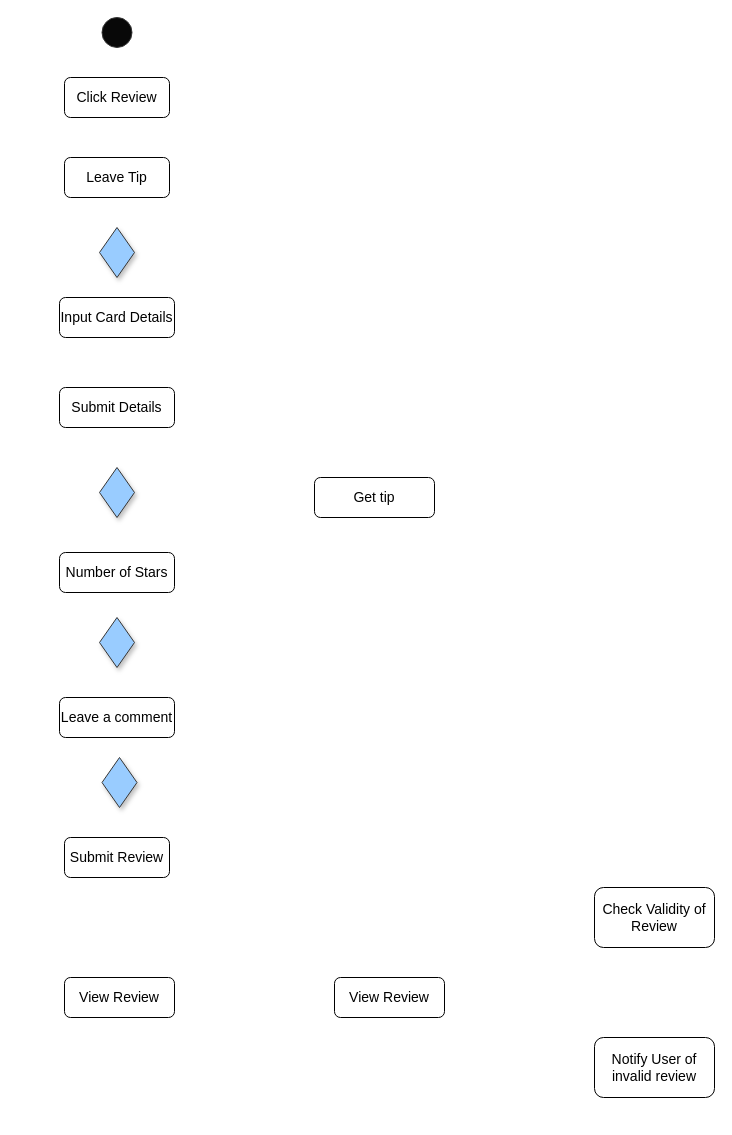
Above: NewSwimLane.drawio in willdonlan8/hello-world (draw.io), before the change. Source tidied: cells renumbered, new cells numbered last; positions are measured from the earlier drawing's top-left corner, leaving out a move shared by most shapes. Both pictures are drawn from the tidied source at 100%, with x=0, y=0 at pixel (59, 17).
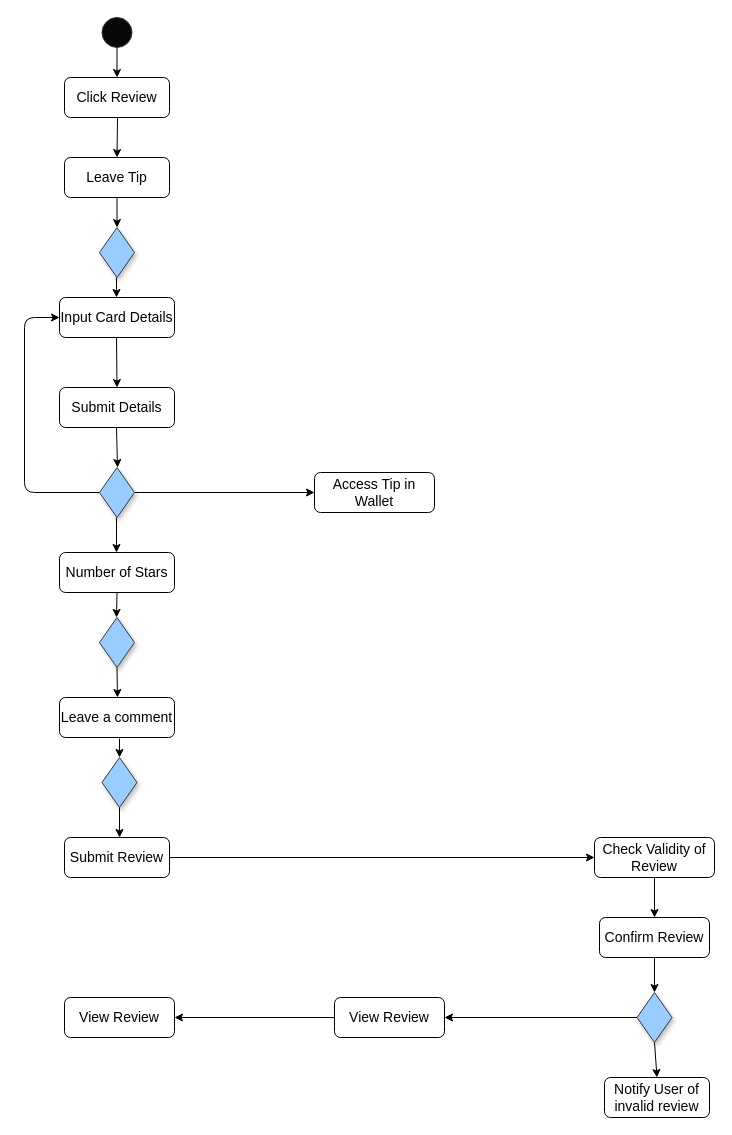
Above is the later version.

Unchanged cells that the change refers to:
```xml
<mxCell id="2" style="ellipse;whiteSpace=wrap;html=1;strokeColor=#363636;shadow=0;fillColor=#080808;" parent="1" vertex="1">
  <mxGeometry x="42.5" width="30" height="30" as="geometry" />
</mxCell>
<mxCell id="4" style="rhombus;whiteSpace=wrap;html=1;shadow=1;strokeColor=#363636;fillColor=#99CCFF;" parent="1" vertex="1">
  <mxGeometry x="40" y="210" width="35" height="50" as="geometry" />
</mxCell>
<mxCell id="5" value="&lt;font style=&quot;font-size: 14px&quot;&gt;Number of Stars&lt;/font&gt;" style="rounded=1;whiteSpace=wrap;html=1;" parent="1" vertex="1">
  <mxGeometry y="535" width="115" height="40" as="geometry" />
</mxCell>
<mxCell id="6" value="&lt;font style=&quot;font-size: 14px&quot;&gt;Leave Tip&lt;/font&gt;" style="rounded=1;whiteSpace=wrap;html=1;" parent="1" vertex="1">
  <mxGeometry x="5" y="140" width="105" height="40" as="geometry" />
</mxCell>
<mxCell id="10" value="&lt;font style=&quot;font-size: 14px&quot;&gt;Click Review&lt;/font&gt;" style="rounded=1;whiteSpace=wrap;html=1;" parent="1" vertex="1">
  <mxGeometry x="5" y="60" width="105" height="40" as="geometry" />
</mxCell>
<mxCell id="11" value="&lt;font style=&quot;font-size: 14px&quot;&gt;Input Card Details&lt;/font&gt;" style="rounded=1;whiteSpace=wrap;html=1;" parent="1" vertex="1">
  <mxGeometry y="280" width="115" height="40" as="geometry" />
</mxCell>
<mxCell id="13" value="&lt;font style=&quot;font-size: 14px&quot;&gt;Submit Details&lt;/font&gt;" style="rounded=1;whiteSpace=wrap;html=1;" parent="1" vertex="1">
  <mxGeometry y="370" width="115" height="40" as="geometry" />
</mxCell>
<mxCell id="14" value="&lt;font style=&quot;font-size: 14px&quot;&gt;Submit Review&lt;/font&gt;" style="rounded=1;whiteSpace=wrap;html=1;" parent="1" vertex="1">
  <mxGeometry x="5" y="820" width="105" height="40" as="geometry" />
</mxCell>
<mxCell id="16" style="rhombus;whiteSpace=wrap;html=1;shadow=1;strokeColor=#363636;fillColor=#99CCFF;" parent="1" vertex="1">
  <mxGeometry x="42.5" y="740" width="35" height="50" as="geometry" />
</mxCell>
<mxCell id="17" style="rhombus;whiteSpace=wrap;html=1;shadow=1;strokeColor=#363636;fillColor=#99CCFF;" parent="1" vertex="1">
  <mxGeometry x="40" y="600" width="35" height="50" as="geometry" />
</mxCell>
<mxCell id="18" style="rhombus;whiteSpace=wrap;html=1;shadow=1;strokeColor=#363636;fillColor=#99CCFF;" parent="1" vertex="1">
  <mxGeometry x="40" y="450" width="35" height="50" as="geometry" />
</mxCell>
```

The edit, as a diff of the source:
```diff
@@
     <mxCell id="3" value="&lt;font style=&quot;font-size: 14px&quot;&gt;Check Validity of Review&lt;/font&gt;" style="rounded=1;whiteSpace=wrap;html=1;" parent="1" vertex="1">
-      <mxGeometry x="535" y="870" width="120" height="60" as="geometry" />
+      <mxGeometry x="535" y="820" width="120" height="40" as="geometry" />
     </mxCell>
@@
     <mxCell id="7" value="&lt;font style=&quot;font-size: 14px&quot;&gt;View Review&lt;/font&gt;" style="rounded=1;whiteSpace=wrap;html=1;" parent="1" vertex="1">
-      <mxGeometry x="275" y="960" width="110" height="40" as="geometry" />
+      <mxGeometry x="275" y="980" width="110" height="40" as="geometry" />
     </mxCell>
     <mxCell id="8" value="&lt;font style=&quot;font-size: 14px&quot;&gt;View Review&lt;/font&gt;" style="rounded=1;whiteSpace=wrap;html=1;" parent="1" vertex="1">
-      <mxGeometry x="5" y="960" width="110" height="40" as="geometry" />
+      <mxGeometry x="5" y="980" width="110" height="40" as="geometry" />
     </mxCell>
-    <mxCell id="9" value="&lt;font style=&quot;font-size: 14px&quot;&gt;Get tip&lt;/font&gt;" style="rounded=1;whiteSpace=wrap;html=1;" parent="1" vertex="1">
-      <mxGeometry x="255" y="460" width="120" height="40" as="geometry" />
+    <mxCell id="9" value="&lt;font style=&quot;font-size: 14px&quot;&gt;Access Tip in Wallet&lt;/font&gt;" style="rounded=1;whiteSpace=wrap;html=1;" parent="1" vertex="1">
+      <mxGeometry x="255" y="455" width="120" height="40" as="geometry" />
     </mxCell>
@@
     <mxCell id="15" value="&lt;font style=&quot;font-size: 14px&quot;&gt;Notify User of invalid review&lt;/font&gt;" style="rounded=1;whiteSpace=wrap;html=1;" parent="1" vertex="1">
-      <mxGeometry x="535" y="1020" width="120" height="60" as="geometry" />
+      <mxGeometry x="545" y="1060" width="105" height="40" as="geometry" />
     </mxCell>
@@
+    <mxCell id="19" style="endArrow=classic;html=1;exitX=0.5;exitY=1;exitDx=0;exitDy=0;entryX=0.5;entryY=0;entryDx=0;entryDy=0;" parent="1" edge="1" source="2" target="10">
+      <mxGeometry relative="1" as="geometry" />
+    </mxCell>
+    <mxCell id="20" style="endArrow=classic;html=1;entryX=0.5;entryY=0;entryDx=0;entryDy=0;" parent="1" edge="1" target="6">
+      <mxGeometry relative="1" as="geometry">
+        <mxPoint x="58" y="100" as="sourcePoint" />
+      </mxGeometry>
+    </mxCell>
+    <mxCell id="21" style="endArrow=classic;html=1;exitX=0.5;exitY=1;exitDx=0;exitDy=0;" parent="1" edge="1" source="6" target="4">
+      <mxGeometry relative="1" as="geometry" />
+    </mxCell>
+    <mxCell id="22" style="endArrow=classic;html=1;entryX=0.5;entryY=0;entryDx=0;entryDy=0;" parent="1" edge="1">
+      <mxGeometry relative="1" as="geometry">
+        <mxPoint x="57" y="260" as="sourcePoint" />
+        <mxPoint x="57" y="280" as="targetPoint" />
+      </mxGeometry>
+    </mxCell>
+    <mxCell id="23" style="endArrow=classic;html=1;exitX=0.5;exitY=1;exitDx=0;exitDy=0;entryX=0.5;entryY=0;entryDx=0;entryDy=0;" parent="1" edge="1" target="13">
+      <mxGeometry relative="1" as="geometry">
+        <mxPoint x="57" y="320" as="sourcePoint" />
+      </mxGeometry>
+    </mxCell>
+    <mxCell id="24" value="&lt;font style=&quot;font-size: 14px&quot;&gt;Confirm Review&lt;/font&gt;" style="rounded=1;whiteSpace=wrap;html=1;" parent="1" vertex="1">
+      <mxGeometry x="540" y="900" width="110" height="40" as="geometry" />
+    </mxCell>
+    <mxCell id="25" style="endArrow=classic;html=1;exitX=0.5;exitY=1;exitDx=0;exitDy=0;" parent="1" edge="1">
+      <mxGeometry relative="1" as="geometry">
+        <mxPoint x="57" y="410" as="sourcePoint" />
+        <mxPoint x="58" y="450" as="targetPoint" />
+      </mxGeometry>
+    </mxCell>
+    <mxCell id="26" style="endArrow=classic;html=1;entryX=0.5;entryY=0;entryDx=0;entryDy=0;" parent="1" edge="1">
+      <mxGeometry relative="1" as="geometry">
+        <mxPoint x="57" y="500" as="sourcePoint" />
+        <mxPoint x="57" y="535" as="targetPoint" />
+      </mxGeometry>
+    </mxCell>
+    <mxCell id="27" style="endArrow=classic;html=1;entryX=0.5;entryY=0;entryDx=0;entryDy=0;exitX=0.5;exitY=1;exitDx=0;exitDy=0;" parent="1" edge="1" source="5">
+      <mxGeometry relative="1" as="geometry">
+        <mxPoint x="57" y="600" as="targetPoint" />
+      </mxGeometry>
+    </mxCell>
+    <mxCell id="28" style="endArrow=classic;html=1;exitX=0.5;exitY=1;exitDx=0;exitDy=0;" parent="1" edge="1" source="17">
+      <mxGeometry relative="1" as="geometry">
+        <mxPoint x="58" y="680" as="targetPoint" />
+      </mxGeometry>
+    </mxCell>
+    <mxCell id="29" style="endArrow=classic;html=1;entryX=0.5;entryY=0;entryDx=0;entryDy=0;" parent="1" edge="1" target="16">
+      <mxGeometry relative="1" as="geometry">
+        <mxPoint x="60" y="721" as="sourcePoint" />
+      </mxGeometry>
+    </mxCell>
+    <mxCell id="30" style="endArrow=classic;html=1;entryX=0.5;entryY=0;entryDx=0;entryDy=0;" parent="1" edge="1">
+      <mxGeometry relative="1" as="geometry">
+        <mxPoint x="60" y="790" as="sourcePoint" />
+        <mxPoint x="60" y="820" as="targetPoint" />
+      </mxGeometry>
+    </mxCell>
+    <mxCell id="31" style="endArrow=classic;html=1;exitX=1;exitY=0.5;exitDx=0;exitDy=0;entryX=0;entryY=0.5;entryDx=0;entryDy=0;" parent="1" edge="1" source="18" target="9">
+      <mxGeometry relative="1" as="geometry" />
+    </mxCell>
+    <mxCell id="32" style="endArrow=classic;html=1;exitX=0;exitY=0.5;exitDx=0;exitDy=0;entryX=0;entryY=0.5;entryDx=0;entryDy=0;" parent="1" edge="1" source="18" target="11">
+      <mxGeometry relative="1" as="geometry">
+        <Array as="points">
+          <mxPoint x="-35" y="475" />
+          <mxPoint x="-35" y="300" />
+        </Array>
+      </mxGeometry>
+    </mxCell>
+    <mxCell id="33" style="rhombus;whiteSpace=wrap;html=1;shadow=1;strokeColor=#363636;fillColor=#99CCFF;" parent="1" vertex="1">
+      <mxGeometry x="577.5" y="975" width="35" height="50" as="geometry" />
+    </mxCell>
+    <mxCell id="34" style="endArrow=classic;html=1;exitX=1;exitY=0.5;exitDx=0;exitDy=0;entryX=0;entryY=0.5;entryDx=0;entryDy=0;" parent="1" edge="1" source="14" target="3">
+      <mxGeometry relative="1" as="geometry" />
+    </mxCell>
+    <mxCell id="35" style="endArrow=classic;html=1;exitX=0.5;exitY=1;exitDx=0;exitDy=0;entryX=0.5;entryY=0;entryDx=0;entryDy=0;" parent="1" edge="1" source="3" target="24">
+      <mxGeometry relative="1" as="geometry" />
+    </mxCell>
+    <mxCell id="36" style="endArrow=classic;html=1;exitX=0.5;exitY=1;exitDx=0;exitDy=0;entryX=0.5;entryY=0;entryDx=0;entryDy=0;" parent="1" edge="1" source="24" target="33">
+      <mxGeometry relative="1" as="geometry" />
+    </mxCell>
+    <mxCell id="37" style="endArrow=classic;html=1;exitX=0.5;exitY=1;exitDx=0;exitDy=0;entryX=0.5;entryY=0;entryDx=0;entryDy=0;" parent="1" edge="1" source="33" target="15">
+      <mxGeometry relative="1" as="geometry" />
+    </mxCell>
+    <mxCell id="38" style="endArrow=classic;html=1;exitX=0;exitY=0.5;exitDx=0;exitDy=0;" parent="1" edge="1" source="33" target="7">
+      <mxGeometry relative="1" as="geometry" />
+    </mxCell>
+    <mxCell id="39" style="endArrow=classic;html=1;exitX=0;exitY=0.5;exitDx=0;exitDy=0;entryX=1;entryY=0.5;entryDx=0;entryDy=0;" parent="1" edge="1" source="7" target="8">
+      <mxGeometry relative="1" as="geometry" />
+    </mxCell>
```
